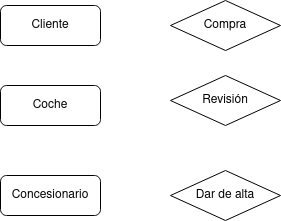
Before: Unidad-1/Tareas/Tarea-5/Ejercicio6.drawio.png, a diagram exported from draw.io (LuisMGlez/base-datos). Source tidied: cells renumbered, new cells last; positions are measured from the earlier drawing's top-left corner, leaving out a move shared by most shapes. Source of this version:
```xml
<mxGraphModel>
  <root>
    <mxCell id="0" />
    <mxCell id="1" parent="0" />
    <mxCell id="2" value="Concesionario" style="rounded=1;whiteSpace=wrap;html=1;" parent="1" vertex="1">
      <mxGeometry y="175" width="100" height="40" as="geometry" />
    </mxCell>
    <mxCell id="3" value="Coche" style="rounded=1;whiteSpace=wrap;html=1;" parent="1" vertex="1">
      <mxGeometry y="85" width="100" height="40" as="geometry" />
    </mxCell>
    <mxCell id="4" value="Cliente" style="rounded=1;whiteSpace=wrap;html=1;" parent="1" vertex="1">
      <mxGeometry y="5" width="100" height="40" as="geometry" />
    </mxCell>
    <mxCell id="5" value="Compra" style="rhombus;whiteSpace=wrap;html=1;" parent="1" vertex="1">
      <mxGeometry x="170" width="110" height="50" as="geometry" />
    </mxCell>
    <mxCell id="6" value="Revisión" style="rhombus;whiteSpace=wrap;html=1;" parent="1" vertex="1">
      <mxGeometry x="170" y="75" width="110" height="50" as="geometry" />
    </mxCell>
    <mxCell id="7" value="Dar de alta" style="rhombus;whiteSpace=wrap;html=1;" parent="1" vertex="1">
      <mxGeometry x="170" y="170" width="110" height="50" as="geometry" />
    </mxCell>
  </root>
</mxGraphModel>
```
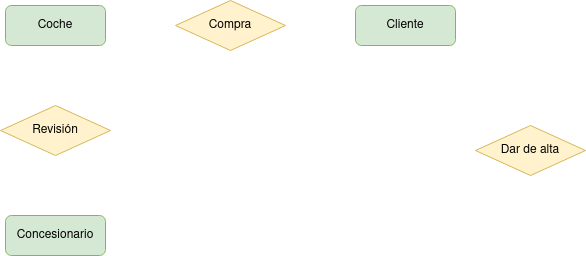
The same file after the commit.

The edit, as a diff of the source:
```diff
@@ -2,23 +2,23 @@
   <root>
     <mxCell id="0" />
     <mxCell id="1" parent="0" />
-    <mxCell id="2" value="Concesionario" style="rounded=1;whiteSpace=wrap;html=1;" parent="1" vertex="1">
-      <mxGeometry y="175" width="100" height="40" as="geometry" />
+    <mxCell id="2" value="Concesionario" style="rounded=1;whiteSpace=wrap;html=1;fillColor=#d5e8d4;strokeColor=#82b366;" parent="1" vertex="1">
+      <mxGeometry x="80" y="325" width="100" height="40" as="geometry" />
     </mxCell>
-    <mxCell id="3" value="Coche" style="rounded=1;whiteSpace=wrap;html=1;" parent="1" vertex="1">
-      <mxGeometry y="85" width="100" height="40" as="geometry" />
+    <mxCell id="3" value="Coche" style="rounded=1;whiteSpace=wrap;html=1;fillColor=#d5e8d4;strokeColor=#82b366;" parent="1" vertex="1">
+      <mxGeometry x="80" y="115" width="100" height="40" as="geometry" />
     </mxCell>
-    <mxCell id="4" value="Cliente" style="rounded=1;whiteSpace=wrap;html=1;" parent="1" vertex="1">
-      <mxGeometry y="5" width="100" height="40" as="geometry" />
+    <mxCell id="4" value="Cliente" style="rounded=1;whiteSpace=wrap;html=1;fillColor=#d5e8d4;strokeColor=#82b366;" parent="1" vertex="1">
+      <mxGeometry x="430" y="115" width="100" height="40" as="geometry" />
     </mxCell>
-    <mxCell id="5" value="Compra" style="rhombus;whiteSpace=wrap;html=1;" parent="1" vertex="1">
-      <mxGeometry x="170" width="110" height="50" as="geometry" />
+    <mxCell id="5" value="Compra" style="rhombus;whiteSpace=wrap;html=1;fillColor=#fff2cc;strokeColor=#d6b656;" parent="1" vertex="1">
+      <mxGeometry x="250" y="110" width="110" height="50" as="geometry" />
     </mxCell>
-    <mxCell id="6" value="Revisión" style="rhombus;whiteSpace=wrap;html=1;" parent="1" vertex="1">
-      <mxGeometry x="170" y="75" width="110" height="50" as="geometry" />
+    <mxCell id="6" value="Revisión" style="rhombus;whiteSpace=wrap;html=1;fillColor=#fff2cc;strokeColor=#d6b656;" parent="1" vertex="1">
+      <mxGeometry x="75" y="215" width="110" height="50" as="geometry" />
     </mxCell>
-    <mxCell id="7" value="Dar de alta" style="rhombus;whiteSpace=wrap;html=1;" parent="1" vertex="1">
-      <mxGeometry x="170" y="170" width="110" height="50" as="geometry" />
+    <mxCell id="7" value="Dar de alta" style="rhombus;whiteSpace=wrap;html=1;fillColor=#fff2cc;strokeColor=#d6b656;" parent="1" vertex="1">
+      <mxGeometry x="550" y="235" width="110" height="50" as="geometry" />
     </mxCell>
   </root>
 </mxGraphModel>
```
